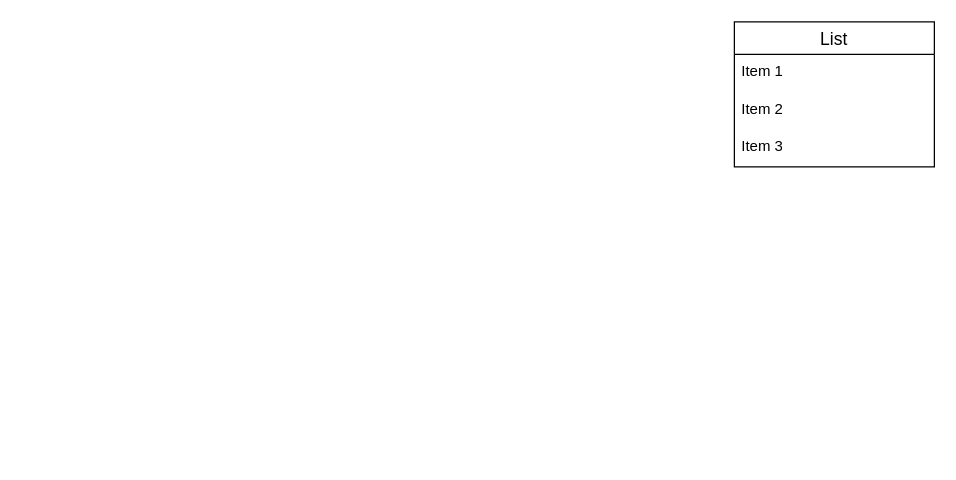
Before: Diagrama de Relacionamento.drawio in JudilenaGalvao/API_Lojas_de_Jogos_Back, a draw.io diagram. Source tidied: cells renumbered, new cells numbered last; positions are measured from the earlier drawing's top-left corner, leaving out a move shared by most shapes. Both pictures are drawn from the tidied source at 125%, with x=0, y=0 at pixel (734, 21).
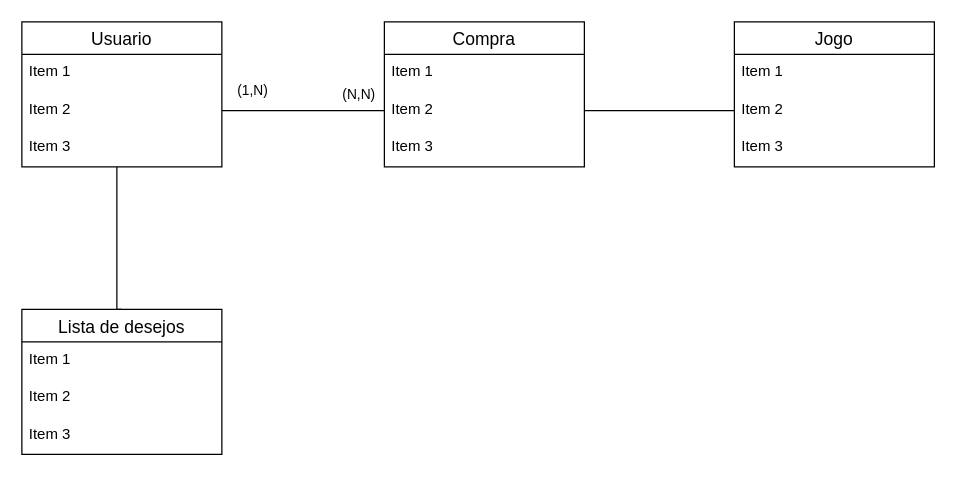
After the change.

The change refers to these unchanged cells:
```xml
<mxCell id="4" value="Item 2" style="text;strokeColor=none;fillColor=none;spacingLeft=4;spacingRight=4;overflow=hidden;points=[[0,0.5],[1,0.5]];portConstraint=eastwest;fontSize=12;whiteSpace=wrap;html=1;" parent="2" vertex="1">
  <mxGeometry y="56" width="160" height="30" as="geometry" />
</mxCell>
```

Diff of the diagram source:
```diff
@@
-    <mxCell id="2" value="List" style="swimlane;fontStyle=0;horizontal=1;startSize=26;align=center;fontSize=14;" parent="1" vertex="1">
+    <mxCell id="2" value="Jogo" style="swimlane;fontStyle=0;horizontal=1;startSize=26;align=center;fontSize=14;" parent="1" vertex="1">
       <mxGeometry width="160" height="116" as="geometry" />
     </mxCell>
@@
+    <mxCell id="6" value="Compra" style="swimlane;fontStyle=0;horizontal=1;startSize=26;align=center;fontSize=14;" parent="1" vertex="1">
+      <mxGeometry x="-280" width="160" height="116" as="geometry" />
+    </mxCell>
+    <mxCell id="7" value="Item 1" style="text;strokeColor=none;fillColor=none;spacingLeft=4;spacingRight=4;overflow=hidden;fontSize=12;whiteSpace=wrap;html=1;" parent="6" vertex="1">
+      <mxGeometry y="26" width="160" height="30" as="geometry" />
+    </mxCell>
+    <mxCell id="8" value="Item 2" style="text;strokeColor=none;fillColor=none;spacingLeft=4;spacingRight=4;overflow=hidden;points=[[0,0.5],[1,0.5]];portConstraint=eastwest;fontSize=12;whiteSpace=wrap;html=1;" parent="6" vertex="1">
+      <mxGeometry y="56" width="160" height="30" as="geometry" />
+    </mxCell>
+    <mxCell id="9" value="Item 3" style="text;strokeColor=none;fillColor=none;spacingLeft=4;spacingRight=4;overflow=hidden;fontSize=12;whiteSpace=wrap;html=1;" parent="6" vertex="1">
+      <mxGeometry y="86" width="160" height="30" as="geometry" />
+    </mxCell>
+    <mxCell id="10" value="Usuario" style="swimlane;fontStyle=0;horizontal=1;startSize=26;align=center;fontSize=14;" parent="1" vertex="1">
+      <mxGeometry x="-570" width="160" height="116" as="geometry" />
+    </mxCell>
+    <mxCell id="11" value="Item 1" style="text;strokeColor=none;fillColor=none;spacingLeft=4;spacingRight=4;overflow=hidden;fontSize=12;whiteSpace=wrap;html=1;" parent="10" vertex="1">
+      <mxGeometry y="26" width="160" height="30" as="geometry" />
+    </mxCell>
+    <mxCell id="12" value="Item 2" style="text;strokeColor=none;fillColor=none;spacingLeft=4;spacingRight=4;overflow=hidden;points=[[0,0.5],[1,0.5]];portConstraint=eastwest;fontSize=12;whiteSpace=wrap;html=1;" parent="10" vertex="1">
+      <mxGeometry y="56" width="160" height="30" as="geometry" />
+    </mxCell>
+    <mxCell id="13" value="Item 3" style="text;strokeColor=none;fillColor=none;spacingLeft=4;spacingRight=4;overflow=hidden;points=[[0,0.5],[1,0.5]];portConstraint=eastwest;fontSize=12;whiteSpace=wrap;html=1;" parent="10" vertex="1">
+      <mxGeometry y="86" width="160" height="30" as="geometry" />
+    </mxCell>
+    <mxCell id="14" style="edgeStyle=orthogonalEdgeStyle;shape=connector;rounded=0;jettySize=auto;html=1;exitX=0.5;exitY=0;exitDx=0;exitDy=0;labelBackgroundColor=default;strokeColor=default;fontFamily=Helvetica;fontSize=11;fontColor=default;endArrow=none;endFill=0;" parent="1" edge="1" source="15" target="13">
+      <mxGeometry relative="1" as="geometry">
+        <Array as="points">
+          <mxPoint x="-494" y="230" />
+        </Array>
+      </mxGeometry>
+    </mxCell>
+    <mxCell id="15" value="Lista de desejos" style="swimlane;fontStyle=0;horizontal=1;startSize=26;align=center;fontSize=14;" parent="1" vertex="1">
+      <mxGeometry x="-570" y="230" width="160" height="116" as="geometry" />
+    </mxCell>
+    <mxCell id="16" value="Item 1" style="text;strokeColor=none;fillColor=none;spacingLeft=4;spacingRight=4;overflow=hidden;fontSize=12;whiteSpace=wrap;html=1;" parent="15" vertex="1">
+      <mxGeometry y="26" width="160" height="30" as="geometry" />
+    </mxCell>
+    <mxCell id="17" value="Item 2" style="text;strokeColor=none;fillColor=none;spacingLeft=4;spacingRight=4;overflow=hidden;fontSize=12;whiteSpace=wrap;html=1;" parent="15" vertex="1">
+      <mxGeometry y="56" width="160" height="30" as="geometry" />
+    </mxCell>
+    <mxCell id="18" value="Item 3" style="text;strokeColor=none;fillColor=none;spacingLeft=4;spacingRight=4;overflow=hidden;fontSize=12;whiteSpace=wrap;html=1;" parent="15" vertex="1">
+      <mxGeometry y="86" width="160" height="30" as="geometry" />
+    </mxCell>
+    <mxCell id="19" style="edgeStyle=orthogonalEdgeStyle;rounded=0;jettySize=auto;html=1;exitX=1;exitY=0.5;exitDx=0;exitDy=0;entryX=0;entryY=0.5;entryDx=0;entryDy=0;endArrow=none;endFill=0;" parent="1" edge="1" source="12" target="8">
+      <mxGeometry relative="1" as="geometry" />
+    </mxCell>
+    <mxCell id="20" style="edgeStyle=orthogonalEdgeStyle;shape=connector;rounded=0;jettySize=auto;html=1;exitX=1;exitY=0.5;exitDx=0;exitDy=0;labelBackgroundColor=default;strokeColor=default;fontFamily=Helvetica;fontSize=11;fontColor=default;endArrow=none;endFill=0;" parent="1" edge="1" source="8" target="4">
+      <mxGeometry relative="1" as="geometry" />
+    </mxCell>
+    <mxCell id="21" value="(1,N)" style="text;html=1;strokeColor=none;fillColor=none;align=center;verticalAlign=middle;whiteSpace=wrap;rounded=0;fontSize=11;fontFamily=Helvetica;fontColor=default;" parent="1" vertex="1">
+      <mxGeometry x="-430" y="20" width="90" height="70" as="geometry" />
+    </mxCell>
+    <mxCell id="22" value="(N,N)" style="text;html=1;strokeColor=none;fillColor=none;align=center;verticalAlign=middle;whiteSpace=wrap;rounded=0;fontSize=11;fontFamily=Helvetica;fontColor=default;" parent="1" vertex="1">
+      <mxGeometry x="-340" y="33" width="80" height="50" as="geometry" />
+    </mxCell>
```
